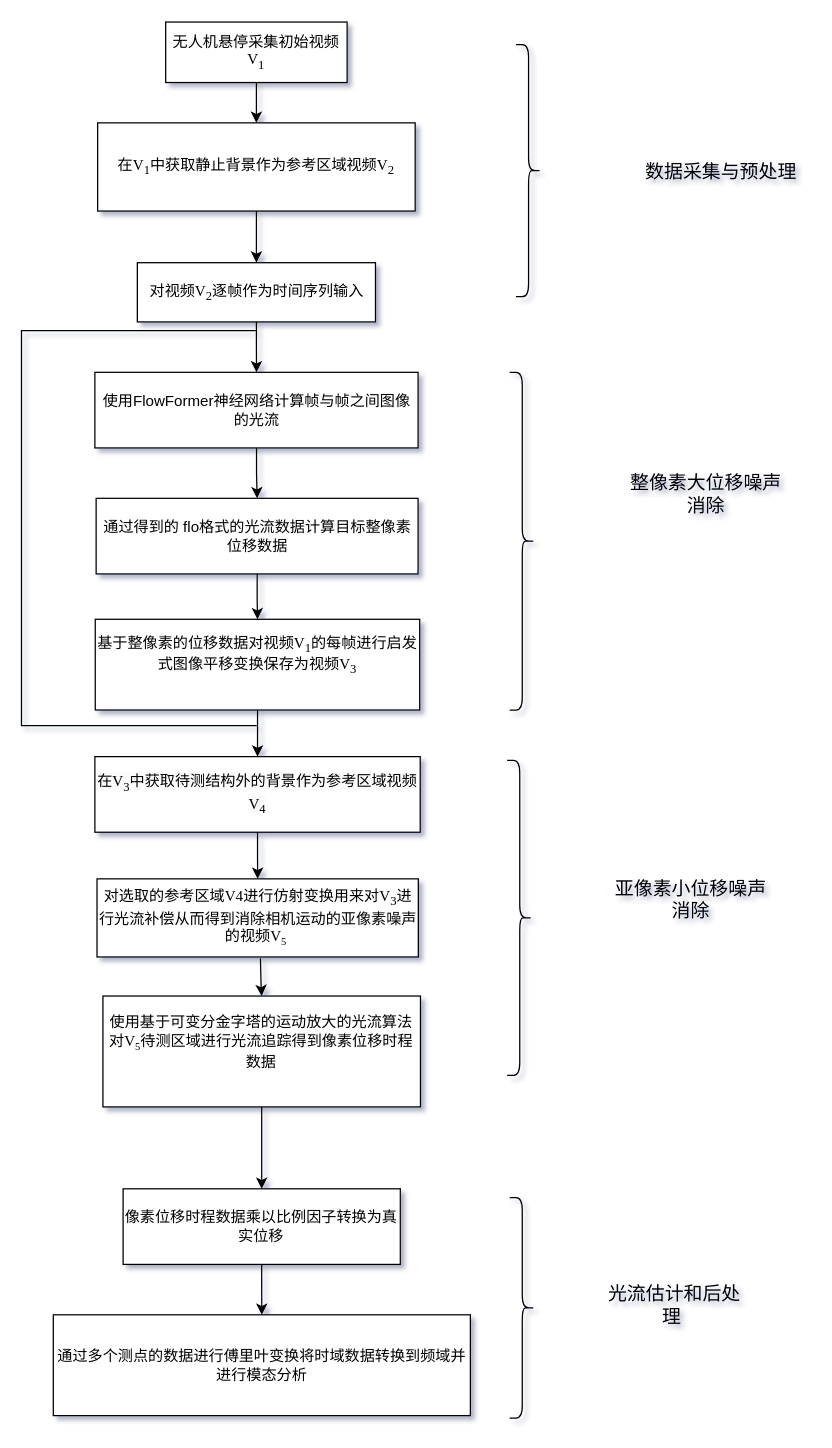
Above: page "Page-1" (1 of 3) of 专利流程图.drawio in ZWJ5656588/uml (draw.io), before the change. Source tidied: cells renumbered, new cells numbered last; positions are measured from the earlier drawing's top-left corner, leaving out a move shared by most shapes. Both pictures are drawn from the tidied source at 126%, with x=0, y=0 at pixel (-59, 21).
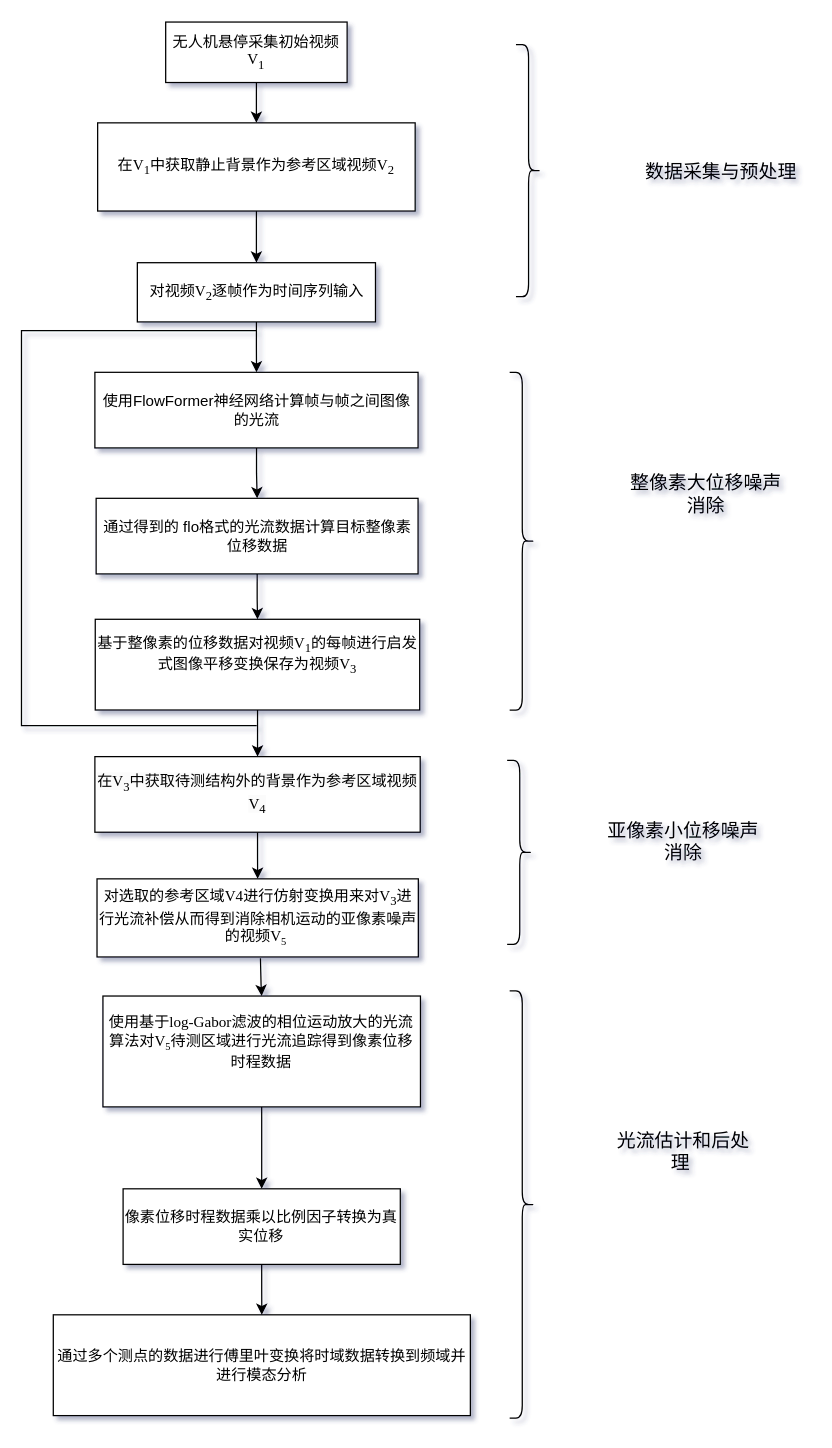
The same diagram, later.

Commit message:
Update 专利流程图.drawio

Change to the diagram source:
```diff
@@
-    <mxCell id="19" value="&lt;font face=&quot;Times New Roman&quot;&gt;使用基于&lt;font style=&quot;background-color: initial;&quot;&gt;可变分金字塔的运动放大的光流算法对V&lt;span style=&quot;font-size: 10px;&quot;&gt;&lt;sub&gt;5&lt;/sub&gt;&lt;/span&gt;待测区域进行光流追&lt;/font&gt;&lt;/font&gt;&lt;span style=&quot;background-color: initial;&quot;&gt;&lt;font face=&quot;rweN1SNauHQMGd4krrAq&quot;&gt;踪得到像素位移时程数&lt;/font&gt;据&lt;/span&gt;&lt;font class=&quot;__Cici__translate__ __Cici_translate_similar_text_content__&quot;&gt;&lt;font style=&quot;display: none;&quot; class=&quot;__Cici_translate_origin_node__&quot;&gt;&lt;font face=&quot;Times New Roman&quot;&gt;使用基于&lt;/font&gt;&lt;font style=&quot;background-color: initial;&quot; face=&quot;M3rHPRTttsDQLHMKlIXt&quot;&gt;可变分金字塔的运动放大的光流算法对V4待测区域进行光流追&lt;/font&gt;&lt;span style=&quot;background-color: initial;&quot;&gt;踪&lt;/span&gt;&lt;/font&gt;&lt;font style=&quot;display: block;&quot; class=&quot;__Cici_translate_translated_inject_node__ __Cici_translate_need_wrapper__&quot;&gt;&lt;br&gt;&lt;/font&gt;&lt;/font&gt;" style="rounded=0;whiteSpace=wrap;html=1;align=center;" parent="1" vertex="1">
+    <mxCell id="19" value="&lt;font face=&quot;Times New Roman&quot;&gt;使用基于log-Gabor滤波&lt;font style=&quot;background-color: initial;&quot;&gt;的相位运动放大的光流算法对V&lt;span style=&quot;font-size: 10px;&quot;&gt;&lt;sub&gt;5&lt;/sub&gt;&lt;/span&gt;待测区域进行光流追&lt;/font&gt;&lt;/font&gt;&lt;span style=&quot;background-color: initial;&quot;&gt;&lt;font face=&quot;rweN1SNauHQMGd4krrAq&quot;&gt;踪得到像素位移时程数&lt;/font&gt;据&lt;/span&gt;&lt;font class=&quot;__Cici__translate__ __Cici_translate_similar_text_content__&quot;&gt;&lt;font style=&quot;display: none;&quot; class=&quot;__Cici_translate_origin_node__&quot;&gt;&lt;font face=&quot;Times New Roman&quot;&gt;使用基于&lt;/font&gt;&lt;font style=&quot;background-color: initial;&quot; face=&quot;M3rHPRTttsDQLHMKlIXt&quot;&gt;可变分金字塔的运动放大的光流算法对V4待测区域进行光流追&lt;/font&gt;&lt;span style=&quot;background-color: initial;&quot;&gt;踪&lt;/span&gt;&lt;/font&gt;&lt;font style=&quot;display: block;&quot; class=&quot;__Cici_translate_translated_inject_node__ __Cici_translate_need_wrapper__&quot;&gt;&lt;br&gt;&lt;/font&gt;&lt;/font&gt;" style="rounded=0;whiteSpace=wrap;html=1;align=center;" parent="1" vertex="1">
       <mxGeometry x="128.2" y="773" width="252" height="88" as="geometry" />
     </mxCell>
@@
     <mxCell id="24" style="shape=curlyBracket;whiteSpace=wrap;html=1;rounded=1;flipH=1;labelPosition=right;verticalLabelPosition=middle;align=left;verticalAlign=middle;size=0.5;" parent="1" vertex="1">
-      <mxGeometry x="449" y="586" width="20" height="250" as="geometry" />
+      <mxGeometry x="449" y="586" width="20" height="146" as="geometry" />
     </mxCell>
     <mxCell id="25" style="shape=curlyBracket;whiteSpace=wrap;html=1;rounded=1;flipH=1;labelPosition=right;verticalLabelPosition=middle;align=left;verticalAlign=middle;size=0.5;" parent="1" vertex="1">
-      <mxGeometry x="451" y="933" width="20" height="175" as="geometry" />
+      <mxGeometry x="451" y="769" width="20" height="339" as="geometry" />
     </mxCell>
@@
     <mxCell id="29" value="&lt;font style=&quot;font-size: 15px;&quot;&gt;亚像素小位移噪声消除&lt;/font&gt;" style="text;strokeColor=none;align=center;fillColor=none;html=1;verticalAlign=middle;whiteSpace=wrap;rounded=0;" parent="1" vertex="1">
-      <mxGeometry x="532" y="677" width="126.1" height="38.7" as="geometry" />
+      <mxGeometry x="526" y="631" width="126.1" height="38.7" as="geometry" />
     </mxCell>
     <mxCell id="30" value="&lt;span style=&quot;font-size: 15px;&quot;&gt;光流估计和后处理&lt;font class=&quot;__Cici__translate__&quot;&gt;&lt;font style=&quot;display: none;&quot; class=&quot;__Cici_translate_origin_node__&quot;&gt;gua&lt;/font&gt;&amp;nbsp;&lt;/font&gt;&lt;/span&gt;" style="text;strokeColor=none;align=center;fillColor=none;html=1;verticalAlign=middle;whiteSpace=wrap;rounded=0;" parent="1" vertex="1">
-      <mxGeometry x="519" y="999" width="126.1" height="38.7" as="geometry" />
+      <mxGeometry x="526" y="877" width="126.1" height="38.7" as="geometry" />
     </mxCell>
```
